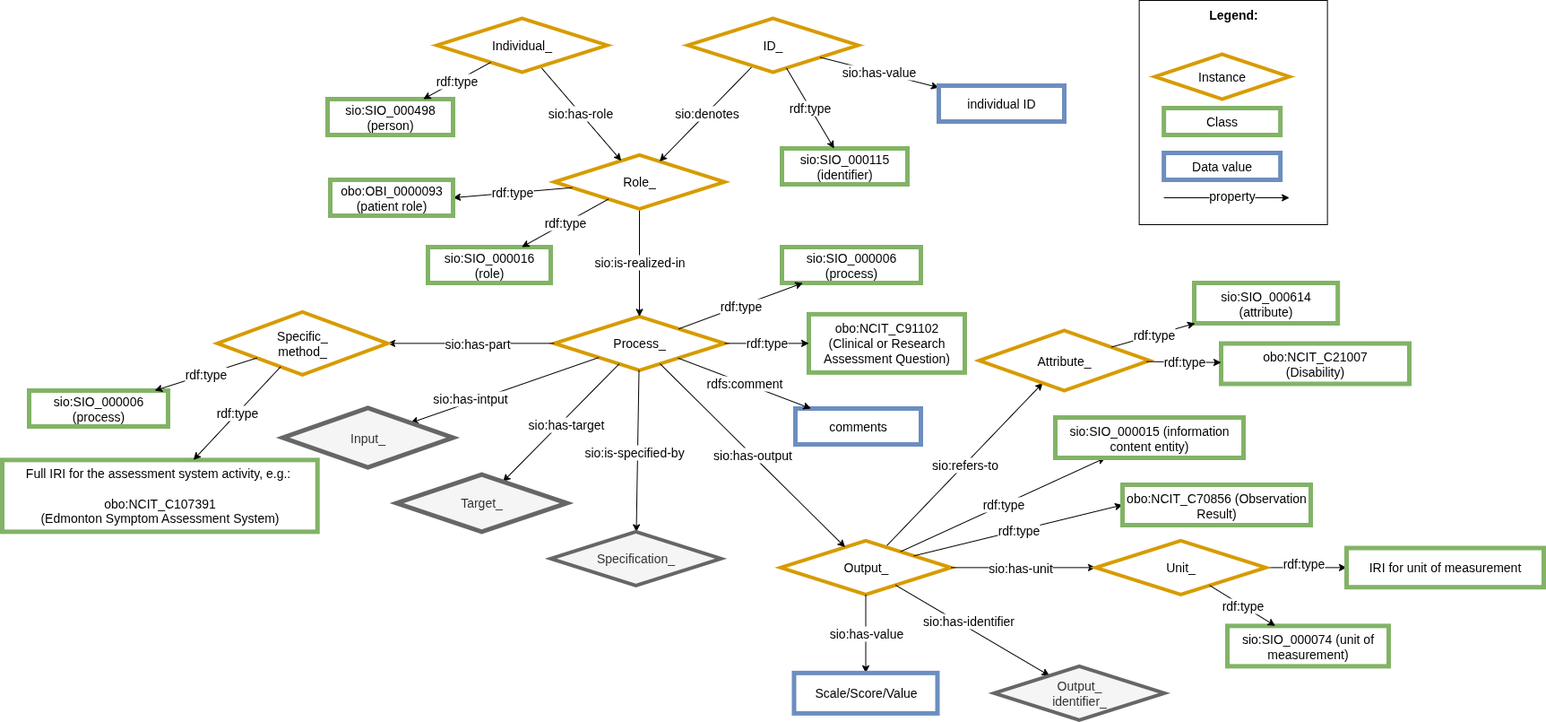
Above: images/CARE-SM-Disability.drawio.png in CARE-SM/CARE-Semantic-Model (draw.io), before the change. Source tidied: cells renumbered, new cells last; positions are measured from the earlier drawing's top-left corner, leaving out a move shared by most shapes.
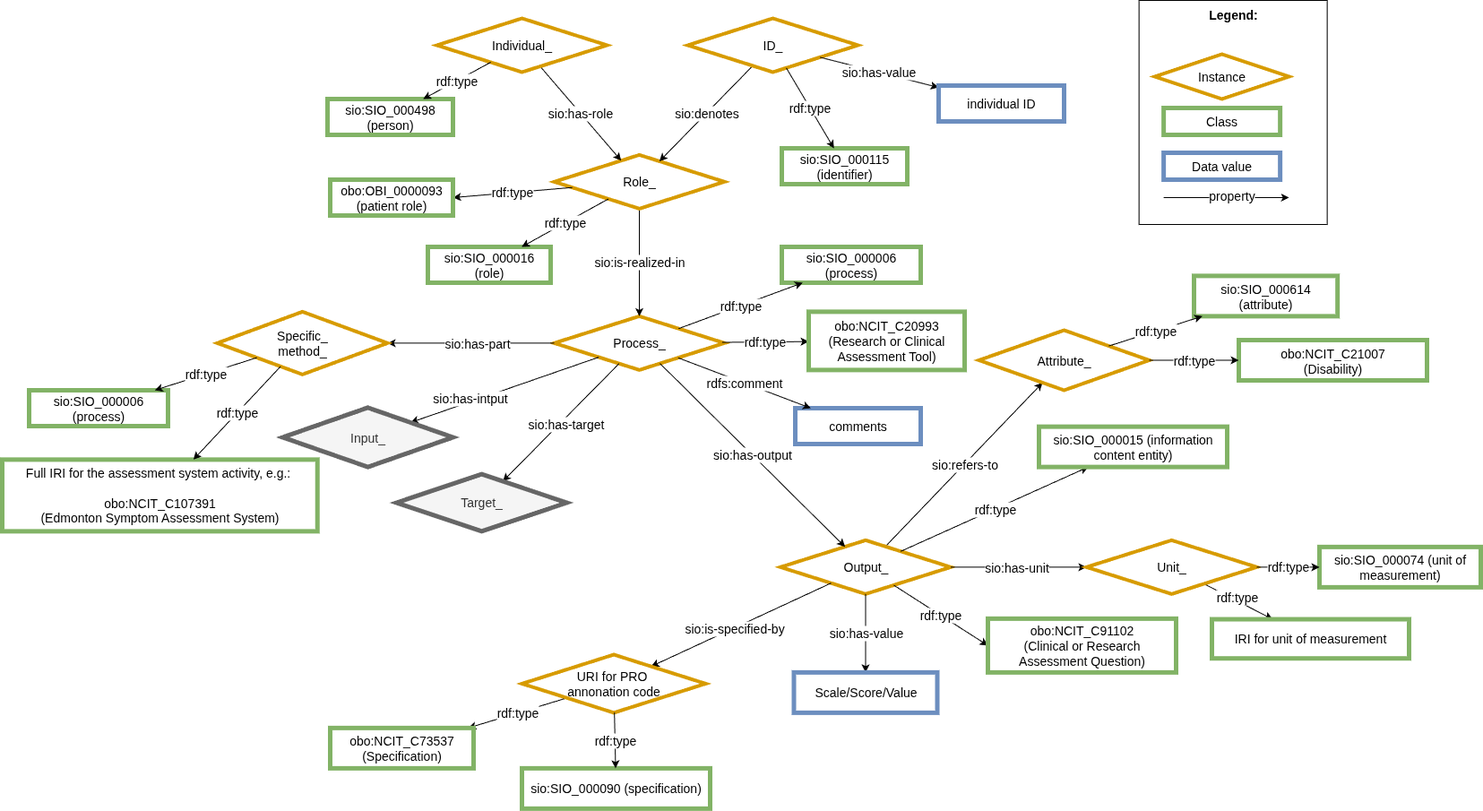
After the commit.

Change to the diagram source:
```diff
@@ -21,7 +21,7 @@
       <mxGeometry relative="1" as="geometry" />
     </mxCell>
     <mxCell id="8" value="&lt;font style=&quot;font-size: 14px;&quot;&gt;sio:SIO_000015 (information content entity)&lt;/font&gt;" style="whiteSpace=wrap;html=1;fillColor=#FFFFFF;strokeColor=#82b366;strokeWidth=5;fontSize=14;" parent="1" vertex="1">
-      <mxGeometry x="1175" y="465" width="210" height="45" as="geometry" />
+      <mxGeometry x="1157" y="475.6" width="210" height="45" as="geometry" />
     </mxCell>
     <mxCell id="9" value="Role_" style="rhombus;whiteSpace=wrap;html=1;fillColor=#FFFFFF;strokeColor=#D79B00;perimeter=rhombusPerimeter;arcSize=20;comic=0;enumerate=0;strokeWidth=4;rounded=0;fontSize=14;" parent="1" vertex="1">
       <mxGeometry x="616" y="172.4" width="190" height="60" as="geometry" />
@@ -55,14 +55,6 @@
         <mxPoint x="-61" y="18" as="offset" />
       </mxGeometry>
     </mxCell>
-    <mxCell id="19" style="edgeStyle=none;rounded=0;jettySize=auto;html=1;strokeWidth=1;fontSize=14;" parent="1" edge="1" source="4" target="57">
-      <mxGeometry relative="1" as="geometry" />
-    </mxCell>
-    <mxCell id="20" value="sio:is-specified-by" style="edgeLabel;html=1;align=center;verticalAlign=middle;fontSize=14;" parent="19" vertex="1">
-      <mxGeometry x="-0.21" y="-1" relative="1" as="geometry">
-        <mxPoint x="-4" y="19" as="offset" />
-      </mxGeometry>
-    </mxCell>
     <mxCell id="21" style="edgeStyle=none;rounded=0;jettySize=auto;html=1;fontSize=14;" parent="1" edge="1" source="3" target="68">
       <mxGeometry relative="1" as="geometry" />
     </mxCell>
@@ -111,17 +103,6 @@
         <mxPoint x="-13" y="1" as="offset" />
       </mxGeometry>
     </mxCell>
-    <mxCell id="34" style="edgeStyle=none;rounded=0;jettySize=auto;html=1;fontSize=14;" parent="1" edge="1" source="3" target="36">
-      <mxGeometry relative="1" as="geometry" />
-    </mxCell>
-    <mxCell id="35" value="sio:has-identifier" style="edgeLabel;html=1;align=center;verticalAlign=middle;fontSize=14;" parent="34" vertex="1">
-      <mxGeometry x="-0.21" y="-1" relative="1" as="geometry">
-        <mxPoint x="13" y="-1" as="offset" />
-      </mxGeometry>
-    </mxCell>
-    <mxCell id="36" value="Output_&lt;div style=&quot;font-size: 14px;&quot;&gt;identifier_&lt;/div&gt;" style="rhombus;whiteSpace=wrap;html=1;fillColor=#f5f5f5;strokeColor=#666666;perimeter=rhombusPerimeter;arcSize=20;comic=0;enumerate=0;strokeWidth=4;rounded=0;fontSize=14;fontColor=#333333;" parent="1" vertex="1">
-      <mxGeometry x="1106.8" y="742.4" width="190" height="60" as="geometry" />
-    </mxCell>
     <mxCell id="37" value="rdf:type" style="edgeStyle=none;rounded=0;jettySize=auto;html=1;fontSize=14;" parent="1" edge="1" source="9" target="14">
       <mxGeometry relative="1" as="geometry" />
     </mxCell>
@@ -131,8 +112,8 @@
     <mxCell id="39" value="rdf:type" style="edgeStyle=none;rounded=0;jettySize=auto;html=1;entryX=0;entryY=0.5;entryDx=0;entryDy=0;fontSize=14;" parent="1" edge="1" source="3" target="40">
       <mxGeometry relative="1" as="geometry" />
     </mxCell>
-    <mxCell id="40" value="obo:NCIT_C70856 (Observation Result)" style="whiteSpace=wrap;html=1;fillColor=#FFFFFF;strokeColor=#82b366;strokeWidth=5;fontSize=14;" parent="1" vertex="1">
-      <mxGeometry x="1250" y="540" width="210" height="45" as="geometry" />
+    <mxCell id="40" value="obo:NCIT_C91102&lt;div&gt;(Clinical or Research Assessment Question)&lt;/div&gt;" style="whiteSpace=wrap;html=1;fillColor=#FFFFFF;strokeColor=#82b366;strokeWidth=5;fontSize=14;" parent="1" vertex="1">
+      <mxGeometry x="1100" y="689.9" width="210" height="60" as="geometry" />
     </mxCell>
     <mxCell id="41" value="sio:has-value" style="rounded=0;jettySize=auto;html=1;fontSize=14;" parent="1" edge="1" source="3" target="42">
       <mxGeometry relative="1" as="geometry" />
@@ -152,10 +133,7 @@
     <mxCell id="46" value="individual ID" style="whiteSpace=wrap;html=1;fillColor=#FFFFFF;strokeColor=#6c8ebf;strokeWidth=5;fontSize=14;" parent="1" vertex="1">
       <mxGeometry x="1045" y="95" width="140" height="40" as="geometry" />
     </mxCell>
-    <mxCell id="47" value="obo:NCIT_C91102&lt;div&gt;(Clinical or Research Assessment Question)&lt;/div&gt;" style="whiteSpace=wrap;html=1;fillColor=#FFFFFF;strokeColor=#82b366;strokeWidth=5;fontSize=14;" parent="1" vertex="1">
-      <mxGeometry x="900" y="349.9" width="174" height="65" as="geometry" />
-    </mxCell>
-    <mxCell id="48" value="rdf:type" style="edgeStyle=none;rounded=0;jettySize=auto;html=1;fontSize=14;" parent="1" edge="1" source="4" target="47">
+    <mxCell id="48" value="rdf:type" style="edgeStyle=none;rounded=0;jettySize=auto;html=1;fontSize=14;" parent="1" edge="1" source="4" target="76">
       <mxGeometry relative="1" as="geometry" />
     </mxCell>
     <mxCell id="49" value="comments" style="whiteSpace=wrap;html=1;fillColor=#FFFFFF;strokeColor=#6c8ebf;strokeWidth=5;fontSize=14;" parent="1" vertex="1">
@@ -182,9 +160,6 @@
     <mxCell id="56" value="Target_" style="rhombus;whiteSpace=wrap;html=1;fillColor=#f5f5f5;strokeColor=#666666;strokeWidth=5;fontSize=14;fontColor=#333333;" parent="1" vertex="1">
       <mxGeometry x="440" y="528.6" width="190" height="63.8" as="geometry" />
     </mxCell>
-    <mxCell id="57" value="Specification_" style="rhombus;whiteSpace=wrap;html=1;fillColor=#f5f5f5;strokeColor=#666666;perimeter=rhombusPerimeter;arcSize=20;comic=0;enumerate=0;strokeWidth=4;rounded=0;fontSize=14;fontColor=#333333;" parent="1" vertex="1">
-      <mxGeometry x="612" y="592.4" width="190" height="60" as="geometry" />
-    </mxCell>
     <mxCell id="58" value="rdf:type" style="edgeStyle=none;rounded=0;jettySize=auto;html=1;fontSize=14;" parent="1" edge="1" source="52" target="53">
       <mxGeometry relative="1" as="geometry" />
     </mxCell>
@@ -195,19 +170,19 @@
       <mxGeometry x="1090" y="368" width="190" height="67" as="geometry" />
     </mxCell>
     <mxCell id="61" value="&lt;font style=&quot;font-size: 14px;&quot;&gt;sio:SIO_000614 (attribute)&lt;/font&gt;" style="whiteSpace=wrap;html=1;fillColor=#FFFFFF;strokeColor=#82b366;strokeWidth=5;fontSize=14;" parent="1" vertex="1">
-      <mxGeometry x="1330" y="315" width="160.2" height="45" as="geometry" />
+      <mxGeometry x="1330" y="307.4" width="160.2" height="45" as="geometry" />
     </mxCell>
     <mxCell id="62" value="rdf:type" style="edgeStyle=none;rounded=0;jettySize=auto;html=1;fontSize=14;" parent="1" edge="1" source="60" target="61">
       <mxGeometry relative="1" as="geometry" />
     </mxCell>
     <mxCell id="63" value="obo:NCIT_C21007&lt;div&gt;(Disability)&lt;/div&gt;" style="whiteSpace=wrap;html=1;fillColor=#FFFFFF;strokeColor=#82b366;strokeWidth=5;fontSize=14;" parent="1" vertex="1">
-      <mxGeometry x="1360" y="382.5" width="210" height="45" as="geometry" />
+      <mxGeometry x="1380" y="379" width="210" height="45" as="geometry" />
     </mxCell>
     <mxCell id="64" value="rdf:type" style="edgeStyle=none;rounded=0;jettySize=auto;html=1;fontSize=14;" parent="1" edge="1" source="60" target="63">
       <mxGeometry relative="1" as="geometry" />
     </mxCell>
     <mxCell id="65" value="&lt;font style=&quot;font-size: 14px;&quot;&gt;sio:SIO_000074 (unit of measurement)&lt;/font&gt;" style="whiteSpace=wrap;html=1;fillColor=#FFFFFF;strokeColor=#82b366;strokeWidth=5;fontSize=14;" parent="1" vertex="1">
-      <mxGeometry x="1367" y="697.4" width="180" height="45" as="geometry" />
+      <mxGeometry x="1470" y="609.9" width="180" height="45" as="geometry" />
     </mxCell>
     <mxCell id="66" value="rdf:type" style="edgeStyle=none;rounded=0;jettySize=auto;html=1;fontSize=14;" parent="1" edge="1" source="68" target="67">
       <mxGeometry x="-0.05" y="4" relative="1" as="geometry">
@@ -215,13 +190,39 @@
       </mxGeometry>
     </mxCell>
     <mxCell id="67" value="&lt;div&gt;&lt;span style=&quot;background-color: transparent; color: light-dark(rgb(0, 0, 0), rgb(255, 255, 255));&quot;&gt;IRI for unit of measurement&lt;/span&gt;&lt;/div&gt;" style="whiteSpace=wrap;html=1;fillColor=#FFFFFF;strokeColor=#82b366;strokeWidth=5;fontSize=14;" parent="1" vertex="1">
-      <mxGeometry x="1500" y="610.5" width="220" height="43.7" as="geometry" />
+      <mxGeometry x="1350" y="690.5" width="220" height="43.7" as="geometry" />
     </mxCell>
     <mxCell id="68" value="Unit_" style="rhombus;whiteSpace=wrap;html=1;fillColor=#FFFFFF;strokeColor=#D79B00;perimeter=rhombusPerimeter;arcSize=20;comic=0;enumerate=0;strokeWidth=4;rounded=0;fontSize=14;" parent="1" vertex="1">
-      <mxGeometry x="1220" y="602.4" width="190" height="60" as="geometry" />
+      <mxGeometry x="1210" y="602.4" width="190" height="60" as="geometry" />
     </mxCell>
     <mxCell id="69" value="rdf:type" style="edgeStyle=none;rounded=0;jettySize=auto;html=1;fontSize=14;" parent="1" edge="1" source="68" target="65">
       <mxGeometry relative="1" as="geometry" />
     </mxCell>
+    <mxCell id="70" style="edgeStyle=none;rounded=0;jettySize=auto;html=1;strokeWidth=1;fontSize=14;" parent="1" edge="1" source="3" target="73">
+      <mxGeometry relative="1" as="geometry" />
+    </mxCell>
+    <mxCell id="20" value="sio:is-specified-by" style="edgeLabel;html=1;align=center;verticalAlign=middle;fontSize=14;" parent="70" vertex="1">
+      <mxGeometry x="-0.21" y="-1" relative="1" as="geometry">
+        <mxPoint x="-28" y="14" as="offset" />
+      </mxGeometry>
+    </mxCell>
+    <mxCell id="71" value="rdf:type" style="edgeStyle=none;rounded=0;jettySize=auto;html=1;fontSize=14;" parent="1" edge="1" source="73" target="72">
+      <mxGeometry relative="1" as="geometry" />
+    </mxCell>
+    <mxCell id="72" value="obo:NCIT_C73537 (Specification)" style="whiteSpace=wrap;html=1;fillColor=#FFFFFF;strokeColor=#82b366;strokeWidth=5;fontSize=14;" parent="1" vertex="1">
+      <mxGeometry x="366" y="811.9" width="160" height="45" as="geometry" />
+    </mxCell>
+    <mxCell id="73" value="URI for PRO&amp;nbsp;&lt;div&gt;annonation code&lt;/div&gt;" style="rhombus;whiteSpace=wrap;html=1;fillColor=#FFFFFF;strokeColor=#D79B00;perimeter=rhombusPerimeter;arcSize=20;comic=0;enumerate=0;strokeWidth=4;rounded=0;fontSize=14;" parent="1" vertex="1">
+      <mxGeometry x="580" y="730" width="205" height="64.9" as="geometry" />
+    </mxCell>
+    <mxCell id="74" value="&lt;font style=&quot;font-size: 14px;&quot;&gt;sio:SIO_000090 (specification)&lt;/font&gt;" style="whiteSpace=wrap;html=1;fillColor=#FFFFFF;strokeColor=#82b366;strokeWidth=5;fontSize=14;" parent="1" vertex="1">
+      <mxGeometry x="580" y="856.9" width="210" height="45" as="geometry" />
+    </mxCell>
+    <mxCell id="75" value="rdf:type" style="edgeStyle=none;rounded=0;jettySize=auto;html=1;fontSize=14;" parent="1" edge="1" source="73" target="74">
+      <mxGeometry relative="1" as="geometry" />
+    </mxCell>
+    <mxCell id="76" value="&lt;div&gt;obo:NCIT_C20993&lt;/div&gt;&lt;div&gt;(&lt;span style=&quot;background-color: transparent;&quot;&gt;Research or Clinical Assessment Tool&lt;/span&gt;)&lt;/div&gt;" style="whiteSpace=wrap;html=1;fillColor=#FFFFFF;strokeColor=#82b366;strokeWidth=5;fontSize=14;" parent="1" vertex="1">
+      <mxGeometry x="900" y="347.4" width="174" height="65" as="geometry" />
+    </mxCell>
   </root>
 </mxGraphModel>
```
